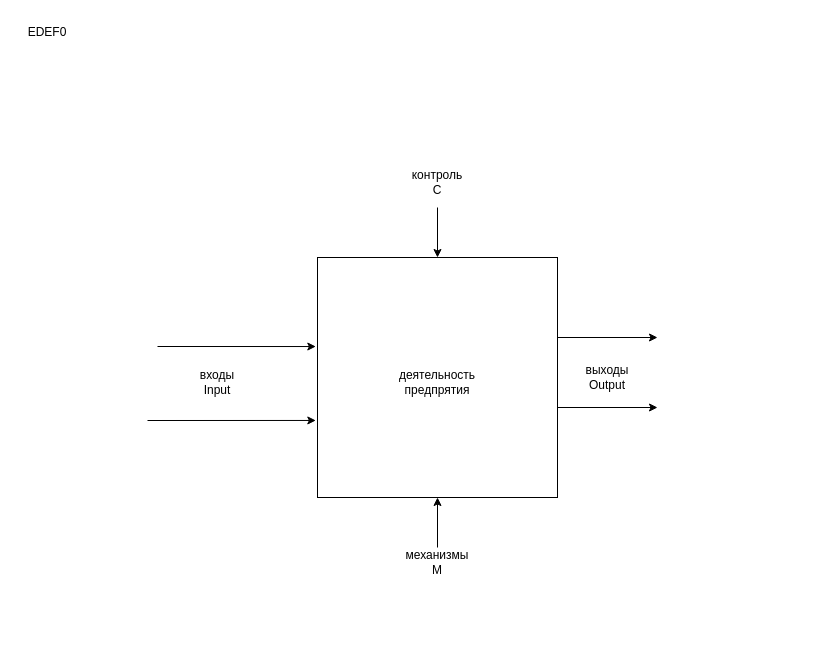
Above: page "Page-1" (1 of 5) of newexample2025.drawio in emauter/GB_mysql (draw.io), before the change. Source tidied: cells renumbered, new cells numbered last; positions are measured from the earlier drawing's top-left corner, leaving out a move shared by most shapes. Both pictures are drawn from the tidied source at 100%, with x=0, y=0 at pixel (17, 17).
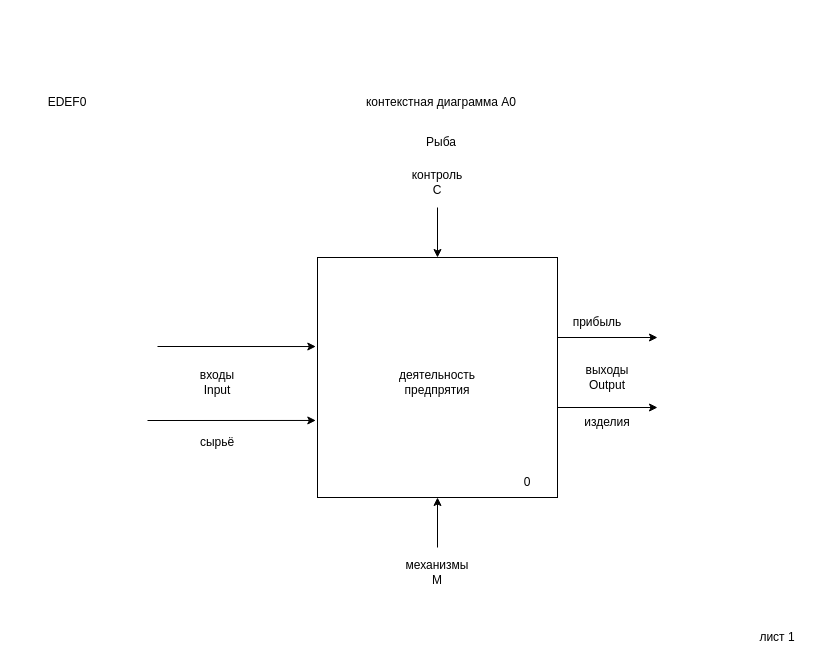
After the change.

Diff of the diagram source:
```diff
@@
     <mxCell id="11" value="механизмы&lt;div&gt;M&lt;/div&gt;" style="text;html=1;align=center;verticalAlign=middle;whiteSpace=wrap;rounded=0;" parent="1" vertex="1">
-      <mxGeometry x="390" y="530" width="60" height="30" as="geometry" />
+      <mxGeometry x="390" y="540" width="60" height="30" as="geometry" />
     </mxCell>
@@
     <mxCell id="14" value="EDEF0" style="text;html=1;align=center;verticalAlign=middle;whiteSpace=wrap;rounded=0;" parent="1" vertex="1">
-      <mxGeometry width="60" height="30" as="geometry" />
+      <mxGeometry x="20" y="70" width="60" height="30" as="geometry" />
     </mxCell>
+    <mxCell id="15" value="контекстная диаграмма A0" style="text;html=1;align=center;verticalAlign=middle;whiteSpace=wrap;rounded=0;" parent="1" vertex="1">
+      <mxGeometry x="344" y="70" width="160" height="30" as="geometry" />
+    </mxCell>
+    <mxCell id="16" value="лист 1" style="text;html=1;align=center;verticalAlign=middle;whiteSpace=wrap;rounded=0;" parent="1" vertex="1">
+      <mxGeometry x="730" y="605" width="60" height="30" as="geometry" />
+    </mxCell>
+    <mxCell id="17" value="изделия" style="text;html=1;align=center;verticalAlign=middle;whiteSpace=wrap;rounded=0;" parent="1" vertex="1">
+      <mxGeometry x="560" y="390" width="60" height="30" as="geometry" />
+    </mxCell>
+    <mxCell id="18" value="0" style="text;html=1;align=center;verticalAlign=middle;whiteSpace=wrap;rounded=0;" parent="1" vertex="1">
+      <mxGeometry x="480" y="450" width="60" height="30" as="geometry" />
+    </mxCell>
+    <mxCell id="19" value="Рыба" style="text;html=1;align=center;verticalAlign=middle;whiteSpace=wrap;rounded=0;" parent="1" vertex="1">
+      <mxGeometry x="394" y="110" width="60" height="30" as="geometry" />
+    </mxCell>
+    <mxCell id="20" value="прибыль" style="text;html=1;align=center;verticalAlign=middle;whiteSpace=wrap;rounded=0;" parent="1" vertex="1">
+      <mxGeometry x="550" y="290" width="60" height="30" as="geometry" />
+    </mxCell>
+    <mxCell id="21" value="сырьё" style="text;html=1;align=center;verticalAlign=middle;whiteSpace=wrap;rounded=0;" parent="1" vertex="1">
+      <mxGeometry x="170" y="410" width="60" height="30" as="geometry" />
+    </mxCell>
```
